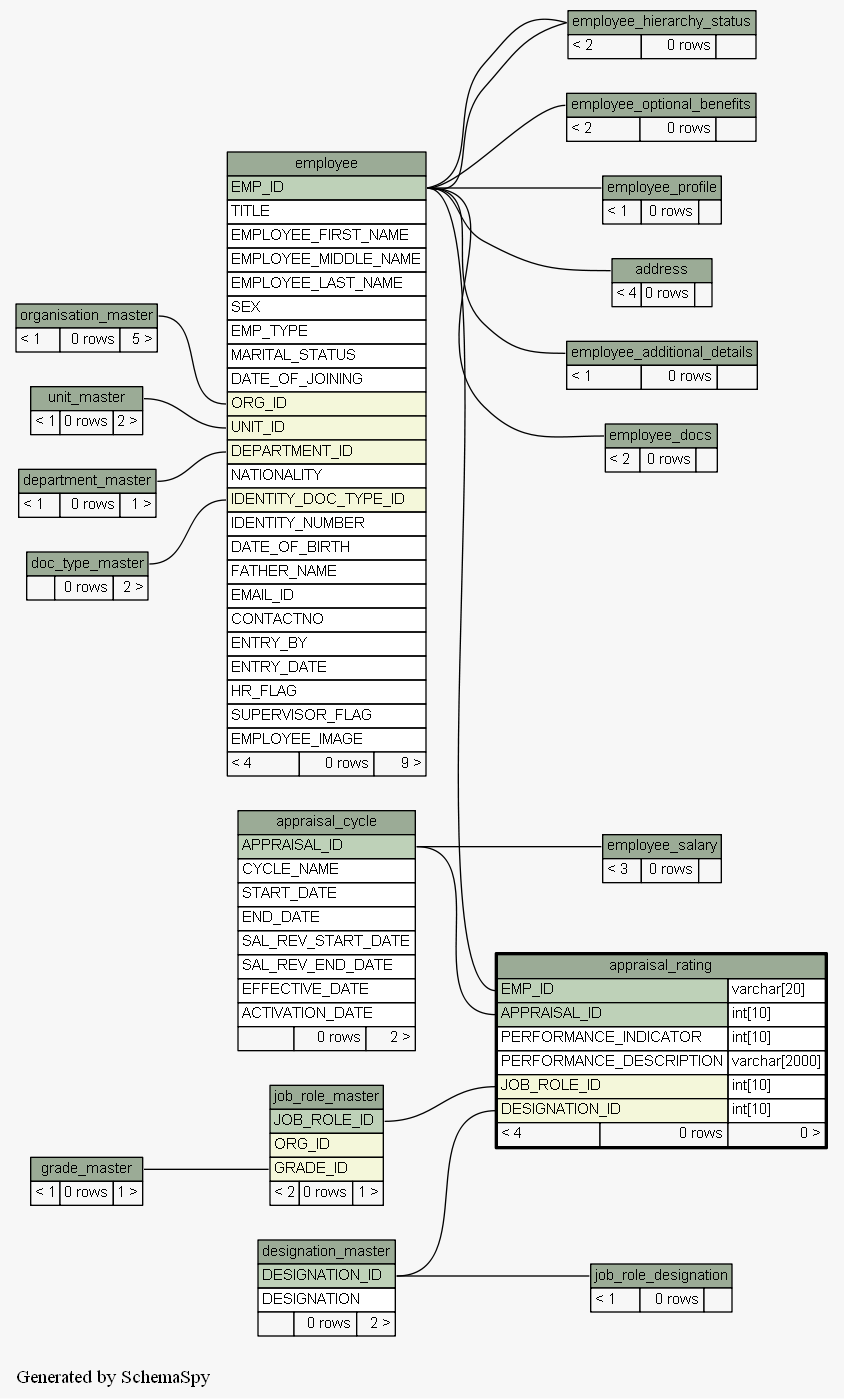
Above: docs/database/schemaspy/graphs/appraisal_rating.2degrees.png in engineerscraft/hrms (Graphviz), before the change. Its source is kept beside it as docs/database/schemaspy/graphs/appraisal_rating.2degrees.dot.
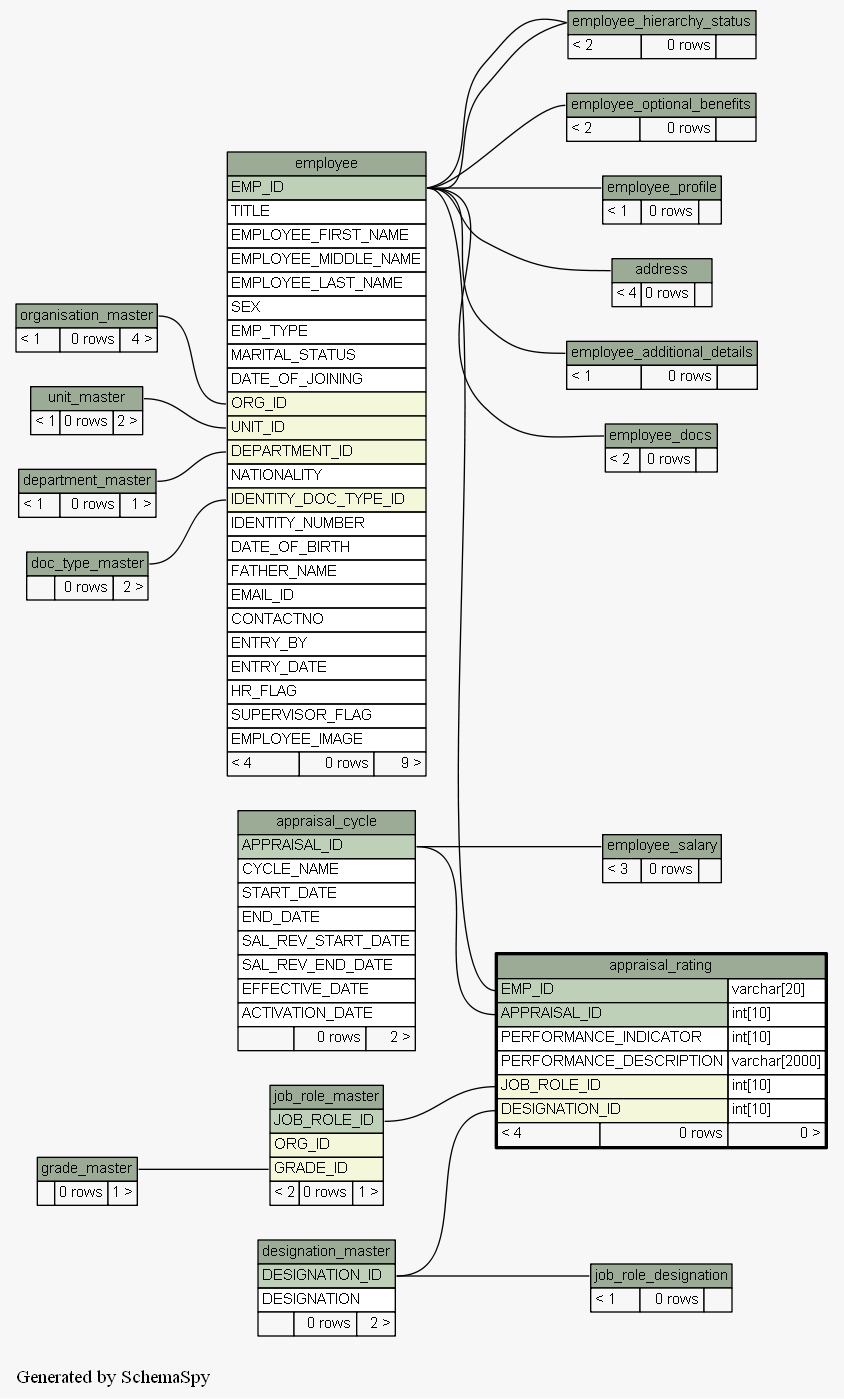
The same diagram one commit later.

What changed in the source:
```diff
@@ -192,7 +192,7 @@
     label=<
     <TABLE BORDER="0" CELLBORDER="1" CELLSPACING="0" BGCOLOR="#ffffff">
       <TR><TD PORT="grade_master.heading" COLSPAN="3" BGCOLOR="#9bab96" ALIGN="CENTER">grade_master</TD></TR>
-      <TR><TD ALIGN="LEFT" BGCOLOR="#f7f7f7">&lt; 1</TD><TD ALIGN="RIGHT" BGCOLOR="#f7f7f7">0 rows</TD><TD ALIGN="RIGHT" BGCOLOR="#f7f7f7">1 &gt;</TD></TR>
+      <TR><TD ALIGN="LEFT" BGCOLOR="#f7f7f7">  </TD><TD ALIGN="RIGHT" BGCOLOR="#f7f7f7">0 rows</TD><TD ALIGN="RIGHT" BGCOLOR="#f7f7f7">1 &gt;</TD></TR>
     </TABLE>>
     URL="grade_master.html#graph"
     tooltip="grade_master"
@@ -222,7 +222,7 @@
     label=<
     <TABLE BORDER="0" CELLBORDER="1" CELLSPACING="0" BGCOLOR="#ffffff">
       <TR><TD PORT="organisation_master.heading" COLSPAN="3" BGCOLOR="#9bab96" ALIGN="CENTER">organisation_master</TD></TR>
-      <TR><TD ALIGN="LEFT" BGCOLOR="#f7f7f7">&lt; 1</TD><TD ALIGN="RIGHT" BGCOLOR="#f7f7f7">0 rows</TD><TD ALIGN="RIGHT" BGCOLOR="#f7f7f7">5 &gt;</TD></TR>
+      <TR><TD ALIGN="LEFT" BGCOLOR="#f7f7f7">&lt; 1</TD><TD ALIGN="RIGHT" BGCOLOR="#f7f7f7">0 rows</TD><TD ALIGN="RIGHT" BGCOLOR="#f7f7f7">4 &gt;</TD></TR>
     </TABLE>>
     URL="organisation_master.html#graph"
     tooltip="organisation_master"
```
